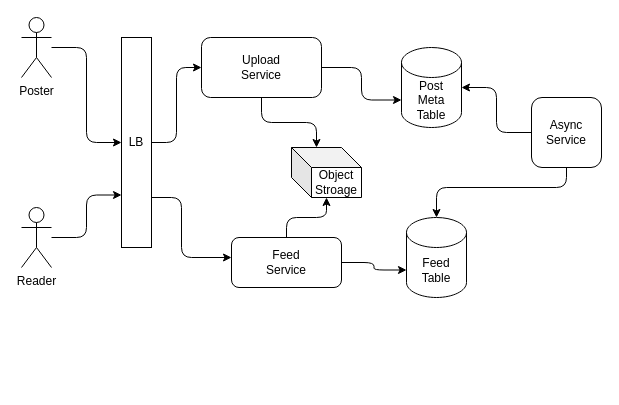
wuqunfei/system-design-in-action keeps this draw.io diagram as instagram/instagram.drawio. Above is the earlier version. Source tidied: cells renumbered, new cells numbered last; positions are measured from the earlier drawing's top-left corner, leaving out a move shared by most shapes. Both pictures are drawn from the tidied source at 100%, with x=0, y=0 at pixel (21, 17).
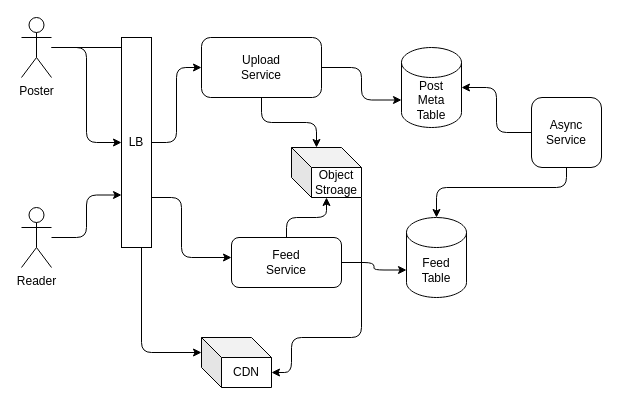
The same page after the edit.

Unchanged cells that the change refers to:
```xml
<mxCell id="3" value="Poster&lt;br&gt;" style="shape=umlActor;verticalLabelPosition=bottom;verticalAlign=top;html=1;outlineConnect=0;" parent="1" vertex="1">
  <mxGeometry width="30" height="60" as="geometry" />
</mxCell>
<mxCell id="20" value="Object&lt;br&gt;Stroage" style="shape=cube;whiteSpace=wrap;html=1;boundedLbl=1;backgroundOutline=1;darkOpacity=0.05;darkOpacity2=0.1;" parent="1" vertex="1">
  <mxGeometry x="270" y="130" width="70" height="50" as="geometry" />
</mxCell>
```

Diff of the diagram source:
```diff
@@
+    <mxCell id="21" style="edgeStyle=orthogonalEdgeStyle;rounded=1;jettySize=auto;html=1;entryX=0;entryY=0;entryDx=0;entryDy=15;entryPerimeter=0;" parent="1" edge="1" source="3" target="23">
+      <mxGeometry relative="1" as="geometry">
+        <Array as="points">
+          <mxPoint x="120" y="30" />
+          <mxPoint x="120" y="335" />
+        </Array>
+      </mxGeometry>
+    </mxCell>
@@
+    <mxCell id="22" style="edgeStyle=orthogonalEdgeStyle;rounded=1;jettySize=auto;html=1;entryX=0;entryY=0;entryDx=70;entryDy=35;entryPerimeter=0;" parent="1" edge="1" source="20" target="23">
+      <mxGeometry relative="1" as="geometry">
+        <Array as="points">
+          <mxPoint x="340" y="320" />
+          <mxPoint x="270" y="320" />
+          <mxPoint x="270" y="355" />
+        </Array>
+      </mxGeometry>
+    </mxCell>
@@
+    <mxCell id="23" value="CDN" style="shape=cube;whiteSpace=wrap;html=1;boundedLbl=1;backgroundOutline=1;darkOpacity=0.05;darkOpacity2=0.1;" parent="1" vertex="1">
+      <mxGeometry x="180" y="320" width="70" height="50" as="geometry" />
+    </mxCell>
```
